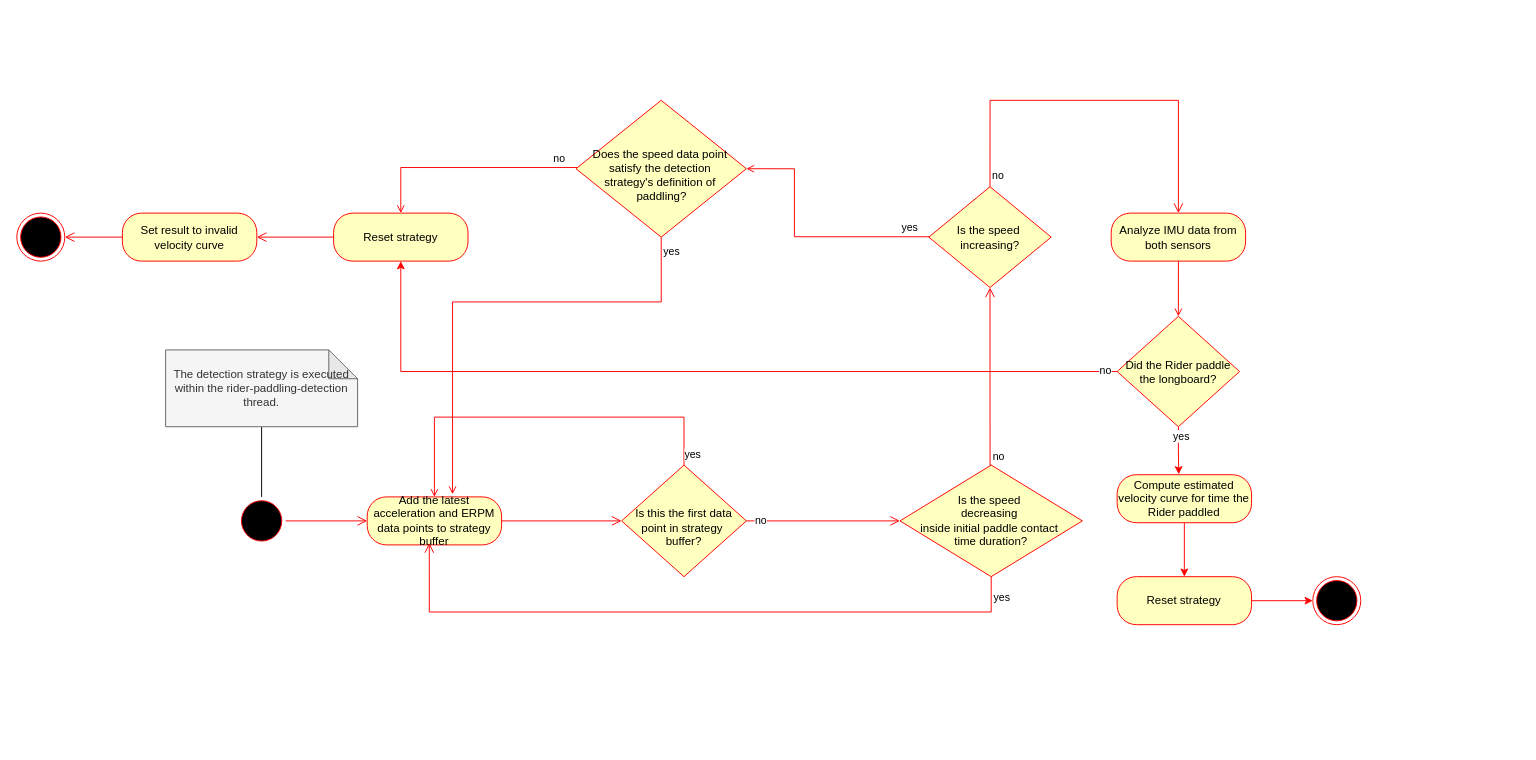
Before: diagrams/Paddling Detection Strategy Activity Diagram.drawio in bobacktech/bionic-boarder, a draw.io diagram. Source tidied: cells renumbered, new cells numbered last; positions are measured from the earlier drawing's top-left corner, leaving out a move shared by most shapes. Both pictures are drawn from the tidied source at 96%, with x=0, y=0 at pixel (16, 100).
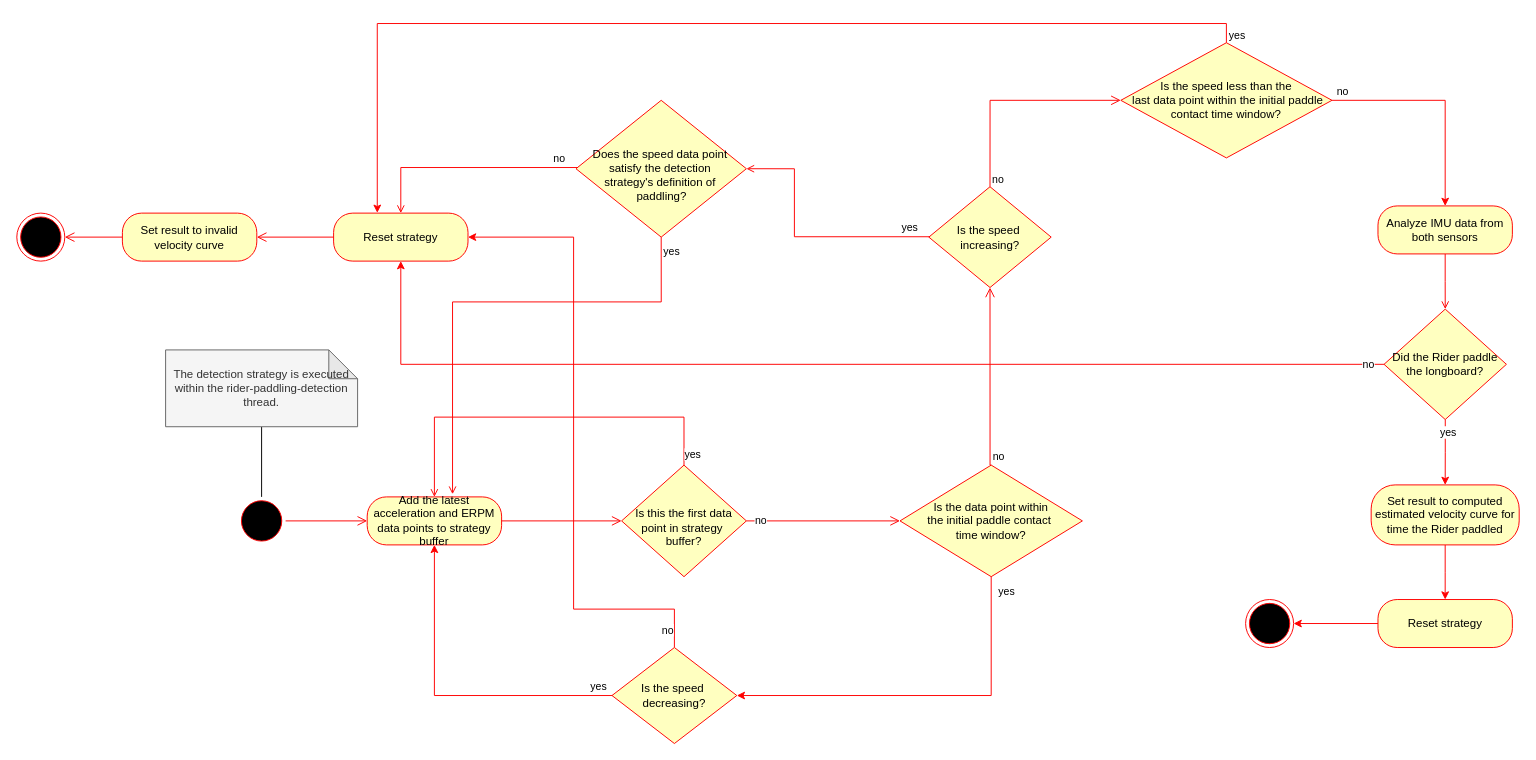
The same diagram, later.

Commit message:
BB-69: Finalized the detection activity diagram logic, for now.

The change refers to these unchanged cells:
```xml
<mxCell id="3" value="&lt;font style=&quot;color: rgb(0, 0, 0);&quot;&gt;Add the latest acceleration and ERPM data points to strategy buffer&lt;/font&gt;" style="rounded=1;whiteSpace=wrap;html=1;arcSize=40;fontColor=#000000;fillColor=#ffffc0;strokeColor=#ff0000;labelBackgroundColor=none;" parent="1" vertex="1">
  <mxGeometry x="365" y="413.1" width="140" height="50" as="geometry" />
</mxCell>
<mxCell id="19" value="&lt;font color=&quot;#000000&quot;&gt;Is the speed&amp;nbsp;&lt;/font&gt;&lt;div&gt;&lt;font color=&quot;#000000&quot;&gt;increasing&lt;/font&gt;&lt;span style=&quot;background-color: transparent; color: rgb(0, 0, 0);&quot;&gt;?&lt;/span&gt;&lt;/div&gt;" style="rhombus;whiteSpace=wrap;html=1;fontColor=#000000;fillColor=#ffffc0;strokeColor=#ff0000;labelBackgroundColor=none;" parent="1" vertex="1">
  <mxGeometry x="950" y="90" width="127.5" height="105" as="geometry" />
</mxCell>
<mxCell id="22" value="&lt;font style=&quot;color: rgb(0, 0, 0);&quot;&gt;Reset strategy&lt;/font&gt;" style="rounded=1;whiteSpace=wrap;html=1;arcSize=40;fontColor=#000000;fillColor=#ffffc0;strokeColor=#ff0000;labelBackgroundColor=none;" parent="1" vertex="1">
  <mxGeometry x="330" y="117.5" width="140" height="50" as="geometry" />
</mxCell>
```

Change to the diagram source:
```diff
@@
-    <mxCell id="4" value="&lt;font color=&quot;#000000&quot;&gt;Is the speed&amp;nbsp;&lt;/font&gt;&lt;div&gt;&lt;font color=&quot;#000000&quot;&gt;decreasing&amp;nbsp;&lt;/font&gt;&lt;div&gt;&lt;font color=&quot;#000000&quot;&gt;inside&amp;nbsp;&lt;/font&gt;&lt;font style=&quot;background-color: transparent;&quot; color=&quot;#000000&quot;&gt;initial paddle&amp;nbsp;&lt;/font&gt;&lt;span style=&quot;background-color: transparent; color: rgb(0, 0, 0);&quot;&gt;contact&amp;nbsp;&lt;/span&gt;&lt;div&gt;&lt;font color=&quot;#000000&quot;&gt;time duration?&lt;/font&gt;&lt;/div&gt;&lt;/div&gt;&lt;/div&gt;" style="rhombus;whiteSpace=wrap;html=1;fontColor=#000000;fillColor=#ffffc0;strokeColor=#ff0000;labelBackgroundColor=none;" parent="1" vertex="1">
+    <mxCell id="4" value="&lt;font color=&quot;#000000&quot;&gt;Is the data point within&lt;/font&gt;&lt;div&gt;&lt;font color=&quot;#000000&quot;&gt;the initial paddle contact&amp;nbsp;&lt;/font&gt;&lt;div&gt;&lt;font color=&quot;#000000&quot;&gt;time window&lt;/font&gt;&lt;span style=&quot;color: rgb(0, 0, 0); background-color: transparent;&quot;&gt;?&lt;/span&gt;&lt;/div&gt;&lt;/div&gt;" style="rhombus;whiteSpace=wrap;html=1;fontColor=#000000;fillColor=#ffffc0;strokeColor=#ff0000;labelBackgroundColor=none;" parent="1" vertex="1">
       <mxGeometry x="920" y="380" width="190" height="116.2" as="geometry" />
     </mxCell>
@@
-    <mxCell id="10" style="edgeStyle=orthogonalEdgeStyle;html=1;verticalAlign=bottom;endArrow=open;endSize=8;strokeColor=#ff0000;rounded=0;exitX=0.5;exitY=1;exitDx=0;exitDy=0;entryX=0.462;entryY=0.961;entryDx=0;entryDy=0;entryPerimeter=0;" parent="1" edge="1" source="4" target="3">
-      <mxGeometry relative="1" as="geometry">
-        <Array as="points">
-          <mxPoint x="1015" y="533" />
-          <mxPoint x="430" y="533" />
-        </Array>
-      </mxGeometry>
-    </mxCell>
-    <mxCell id="11" value="yes" style="edgeLabel;html=1;align=center;verticalAlign=middle;" parent="10" vertex="1">
-      <mxGeometry x="-0.94" y="1" relative="1" as="geometry">
-        <mxPoint x="9" as="offset" />
-      </mxGeometry>
-    </mxCell>
@@
     <mxCell id="17" style="ellipse;html=1;shape=endState;fillColor=#000000;strokeColor=#ff0000;" parent="1" vertex="1">
-      <mxGeometry x="1350" y="496.2" width="50" height="50" as="geometry" />
+      <mxGeometry x="1280" y="520" width="50" height="50" as="geometry" />
     </mxCell>
@@
-    <mxCell id="29" style="edgeStyle=orthogonalEdgeStyle;html=1;verticalAlign=bottom;endArrow=open;endSize=8;strokeColor=#ff0000;rounded=0;exitX=0.5;exitY=0;exitDx=0;exitDy=0;entryX=0.5;entryY=0;entryDx=0;entryDy=0;" parent="1" edge="1" source="19" target="31">
+    <mxCell id="29" style="edgeStyle=orthogonalEdgeStyle;html=1;verticalAlign=bottom;endArrow=open;endSize=8;strokeColor=#ff0000;rounded=0;exitX=0.5;exitY=0;exitDx=0;exitDy=0;entryX=0;entryY=0.5;entryDx=0;entryDy=0;" parent="1" edge="1" source="19" target="52">
       <mxGeometry relative="1" as="geometry">
         <Array as="points">
           <mxPoint x="1014" />
-          <mxPoint x="1210" />
         </Array>
       </mxGeometry>
     </mxCell>
@@
     <mxCell id="31" value="&lt;font color=&quot;#000000&quot;&gt;Analyze IMU data from&lt;/font&gt;&lt;div&gt;&lt;font color=&quot;#000000&quot;&gt;both sensors&lt;/font&gt;&lt;/div&gt;" style="rounded=1;whiteSpace=wrap;html=1;arcSize=40;fontColor=#000000;fillColor=#ffffc0;strokeColor=#ff0000;labelBackgroundColor=none;" parent="1" vertex="1">
-      <mxGeometry x="1140" y="117.5" width="140" height="50" as="geometry" />
+      <mxGeometry x="1417.9" y="110" width="140" height="50" as="geometry" />
     </mxCell>
@@
     <mxCell id="35" value="&lt;font color=&quot;#000000&quot;&gt;Did the Rider paddle the longboard?&lt;/font&gt;" style="rhombus;whiteSpace=wrap;html=1;fontColor=#000000;fillColor=#ffffc0;strokeColor=#ff0000;labelBackgroundColor=none;" parent="1" vertex="1">
-      <mxGeometry x="1146.2" y="225" width="127.5" height="115" as="geometry" />
+      <mxGeometry x="1424.2" y="217.5" width="127.5" height="115" as="geometry" />
     </mxCell>
@@
-    <mxCell id="38" style="edgeStyle=orthogonalEdgeStyle;rounded=0;jettySize=auto;html=1;entryX=0;entryY=0.5;entryDx=0;entryDy=0;strokeColor=#FF0000;" parent="1" edge="1" source="39" target="17">
+    <mxCell id="38" style="edgeStyle=orthogonalEdgeStyle;shape=connector;rounded=0;jettySize=auto;html=1;strokeColor=#FF0000;align=center;verticalAlign=middle;fontFamily=Helvetica;fontSize=11;fontColor=default;labelBackgroundColor=default;endArrow=classic;" parent="1" edge="1" source="39" target="17">
       <mxGeometry relative="1" as="geometry" />
     </mxCell>
     <mxCell id="39" value="&lt;font style=&quot;color: rgb(0, 0, 0);&quot;&gt;Reset strategy&lt;/font&gt;" style="rounded=1;whiteSpace=wrap;html=1;arcSize=40;fontColor=#000000;fillColor=#ffffc0;strokeColor=#ff0000;labelBackgroundColor=none;" parent="1" vertex="1">
-      <mxGeometry x="1146.2" y="496.2" width="140" height="50" as="geometry" />
+      <mxGeometry x="1417.9" y="520" width="140" height="50" as="geometry" />
     </mxCell>
@@
-    <mxCell id="41" value="&lt;font style=&quot;color: rgb(0, 0, 0);&quot;&gt;Compute estimated velocity curve for time the Rider paddled&lt;/font&gt;" style="rounded=1;whiteSpace=wrap;html=1;arcSize=40;fontColor=#000000;fillColor=#ffffc0;strokeColor=#ff0000;labelBackgroundColor=none;" parent="1" vertex="1">
-      <mxGeometry x="1146.2" y="390" width="140" height="50" as="geometry" />
+    <mxCell id="41" value="&lt;font style=&quot;color: rgb(0, 0, 0);&quot;&gt;Set result to computed estimated velocity curve for time the Rider paddled&lt;/font&gt;" style="rounded=1;whiteSpace=wrap;html=1;arcSize=40;fontColor=#000000;fillColor=#ffffc0;strokeColor=#ff0000;labelBackgroundColor=none;" parent="1" vertex="1">
+      <mxGeometry x="1410.8" y="400.6" width="154.2" height="62.5" as="geometry" />
     </mxCell>
-    <mxCell id="42" style="edgeStyle=orthogonalEdgeStyle;rounded=0;jettySize=auto;html=1;entryX=0.458;entryY=-0.008;entryDx=0;entryDy=0;entryPerimeter=0;strokeColor=#FF0000;" parent="1" edge="1" source="35" target="41">
+    <mxCell id="42" style="edgeStyle=orthogonalEdgeStyle;rounded=0;jettySize=auto;html=1;entryX=0.5;entryY=0;entryDx=0;entryDy=0;strokeColor=#FF0000;" parent="1" edge="1" source="35" target="41">
       <mxGeometry relative="1" as="geometry" />
     </mxCell>
@@
+    <mxCell id="44" style="edgeStyle=orthogonalEdgeStyle;rounded=0;jettySize=auto;html=1;entryX=0.5;entryY=1;entryDx=0;entryDy=0;strokeColor=#FF0000;" parent="1" edge="1" source="48" target="3">
+      <mxGeometry relative="1" as="geometry" />
+    </mxCell>
+    <mxCell id="45" value="yes" style="edgeLabel;html=1;align=center;verticalAlign=middle;fontFamily=Helvetica;fontSize=11;fontColor=default;labelBackgroundColor=default;" parent="44" vertex="1">
+      <mxGeometry x="-0.91" relative="1" as="geometry">
+        <mxPoint y="-10" as="offset" />
+      </mxGeometry>
+    </mxCell>
+    <mxCell id="46" style="edgeStyle=orthogonalEdgeStyle;shape=connector;rounded=0;jettySize=auto;html=1;strokeColor=#FF0000;align=center;verticalAlign=middle;fontFamily=Helvetica;fontSize=11;fontColor=default;labelBackgroundColor=default;endArrow=classic;entryX=1;entryY=0.5;entryDx=0;entryDy=0;" parent="1" edge="1" source="48" target="22">
+      <mxGeometry relative="1" as="geometry">
+        <Array as="points">
+          <mxPoint x="685" y="530" />
+          <mxPoint x="580" y="530" />
+          <mxPoint x="580" y="143" />
+        </Array>
+      </mxGeometry>
+    </mxCell>
+    <mxCell id="47" value="no" style="edgeLabel;html=1;align=center;verticalAlign=middle;fontFamily=Helvetica;fontSize=11;fontColor=default;labelBackgroundColor=default;" parent="46" vertex="1">
+      <mxGeometry x="-0.82" relative="1" as="geometry">
+        <mxPoint x="10" y="21" as="offset" />
+      </mxGeometry>
+    </mxCell>
+    <mxCell id="48" value="&lt;font color=&quot;#000000&quot;&gt;Is the speed&amp;nbsp;&lt;/font&gt;&lt;div&gt;&lt;font color=&quot;#000000&quot;&gt;decreasing&lt;/font&gt;&lt;span style=&quot;color: rgb(0, 0, 0); background-color: transparent;&quot;&gt;?&lt;/span&gt;&lt;/div&gt;" style="rhombus;whiteSpace=wrap;html=1;fontColor=#000000;fillColor=#ffffc0;strokeColor=#ff0000;labelBackgroundColor=none;" parent="1" vertex="1">
+      <mxGeometry x="620" y="570" width="130" height="100" as="geometry" />
+    </mxCell>
+    <mxCell id="49" style="edgeStyle=orthogonalEdgeStyle;rounded=0;jettySize=auto;html=1;strokeColor=#FF0000;exitX=0.5;exitY=1;exitDx=0;exitDy=0;entryX=1;entryY=0.5;entryDx=0;entryDy=0;" parent="1" edge="1" source="4" target="48">
+      <mxGeometry relative="1" as="geometry">
+        <Array as="points">
+          <mxPoint x="1015" y="620" />
+          <mxPoint x="750" y="620" />
+        </Array>
+      </mxGeometry>
+    </mxCell>
+    <mxCell id="11" value="yes" style="edgeLabel;html=1;align=center;verticalAlign=middle;" parent="49" vertex="1">
+      <mxGeometry x="-0.61" y="2" relative="1" as="geometry">
+        <mxPoint x="13" y="-61" as="offset" />
+      </mxGeometry>
+    </mxCell>
+    <mxCell id="50" style="edgeStyle=orthogonalEdgeStyle;shape=connector;rounded=0;jettySize=auto;html=1;entryX=0.5;entryY=0;entryDx=0;entryDy=0;strokeColor=#FF0000;align=center;verticalAlign=middle;fontFamily=Helvetica;fontSize=11;fontColor=default;labelBackgroundColor=default;endArrow=classic;" parent="1" edge="1" source="52" target="31">
+      <mxGeometry relative="1" as="geometry" />
+    </mxCell>
+    <mxCell id="51" value="no" style="edgeLabel;html=1;align=center;verticalAlign=middle;fontFamily=Helvetica;fontSize=11;fontColor=default;labelBackgroundColor=default;" parent="50" vertex="1">
+      <mxGeometry x="-0.85" y="-1" relative="1" as="geometry">
+        <mxPoint x="-7" y="-11" as="offset" />
+      </mxGeometry>
+    </mxCell>
+    <mxCell id="52" value="&lt;font color=&quot;#000000&quot;&gt;Is the speed less than the&lt;/font&gt;&lt;div&gt;&lt;font color=&quot;#000000&quot;&gt;&amp;nbsp;last data point within the initial paddle contact time window?&lt;/font&gt;&lt;/div&gt;" style="rhombus;whiteSpace=wrap;html=1;fontColor=#000000;fillColor=#ffffc0;strokeColor=#ff0000;labelBackgroundColor=none;" parent="1" vertex="1">
+      <mxGeometry x="1150" y="-60" width="220" height="120" as="geometry" />
+    </mxCell>
+    <mxCell id="53" style="edgeStyle=orthogonalEdgeStyle;shape=connector;rounded=0;jettySize=auto;html=1;entryX=0.325;entryY=-0.007;entryDx=0;entryDy=0;entryPerimeter=0;strokeColor=#FF0000;align=center;verticalAlign=middle;fontFamily=Helvetica;fontSize=11;fontColor=default;labelBackgroundColor=default;endArrow=classic;" parent="1" edge="1" source="52" target="22">
+      <mxGeometry relative="1" as="geometry">
+        <Array as="points">
+          <mxPoint x="1260" y="-80" />
+          <mxPoint x="376" y="-80" />
+        </Array>
+      </mxGeometry>
+    </mxCell>
+    <mxCell id="54" value="yes" style="edgeLabel;html=1;align=center;verticalAlign=middle;fontFamily=Helvetica;fontSize=11;fontColor=default;labelBackgroundColor=default;" parent="53" vertex="1">
+      <mxGeometry x="-0.98" relative="1" as="geometry">
+        <mxPoint x="10" y="3" as="offset" />
+      </mxGeometry>
+    </mxCell>
```
